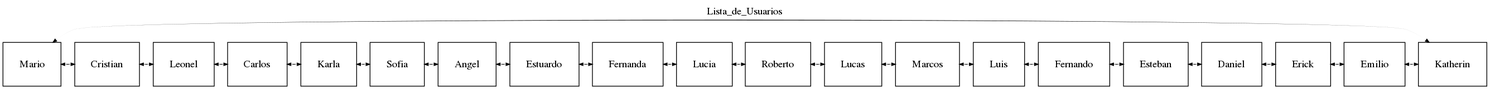
Before: user_list.png, a diagram exported from Graphviz (mariotun/EDD_1S2019_P1_201602942). Its source is kept beside it as user_list.dot.
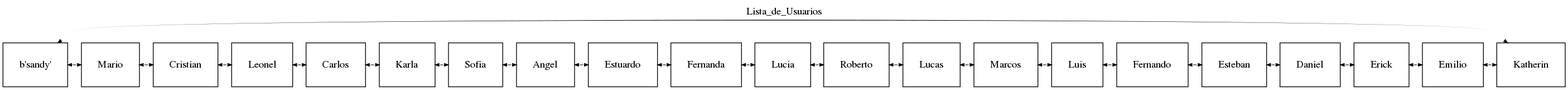
The same diagram one commit later.

Change to the diagram source:
```diff
@@ -3,26 +3,27 @@
  labelloc=t;
 node[margin=0.3 fontcolor=black shape=box];
 {rank=same;
- <Lista_Circular_doble.NodeLCD object at 0x7f71b76bceb8>[label="Mario"];
-<Lista_Circular_doble.NodeLCD object at 0x7f71b76bcef0>[label="Cristian"];
-<Lista_Circular_doble.NodeLCD object at 0x7f71b76bcf60>[label="Leonel"];
-<Lista_Circular_doble.NodeLCD object at 0x7f71b76bcfd0>[label="Carlos"];
-<Lista_Circular_doble.NodeLCD object at 0x7f71b76cb080>[label="Karla"];
-<Lista_Circular_doble.NodeLCD object at 0x7f71b76cb0f0>[label="Sofia"];
-<Lista_Circular_doble.NodeLCD object at 0x7f71b76cb160>[label="Angel"];
-<Lista_Circular_doble.NodeLCD object at 0x7f71b76cb1d0>[label="Estuardo"];
-<Lista_Circular_doble.NodeLCD object at 0x7f71b76cb208>[label="Fernanda"];
-<Lista_Circular_doble.NodeLCD object at 0x7f71b76cb240>[label="Lucia"];
-<Lista_Circular_doble.NodeLCD object at 0x7f71b76cb2e8>[label="Roberto"];
-<Lista_Circular_doble.NodeLCD object at 0x7f71b76cb320>[label="Lucas"];
-<Lista_Circular_doble.NodeLCD object at 0x7f71b76cb390>[label="Marcos"];
-<Lista_Circular_doble.NodeLCD object at 0x7f71b76cb400>[label="Luis"];
-<Lista_Circular_doble.NodeLCD object at 0x7f71b76cb470>[label="Fernando"];
-<Lista_Circular_doble.NodeLCD object at 0x7f71b76cb4e0>[label="Esteban"];
-<Lista_Circular_doble.NodeLCD object at 0x7f71b76cb518>[label="Daniel"];
-<Lista_Circular_doble.NodeLCD object at 0x7f71b76cb588>[label="Erick"];
-<Lista_Circular_doble.NodeLCD object at 0x7f71b76cb5f8>[label="Emilio"];
-<Lista_Circular_doble.NodeLCD object at 0x7f71b76cb668>[label="Katherin"];
-<Lista_Circular_doble.NodeLCD object at 0x7f71b76bceb8>-><Lista_Circular_doble.NodeLCD object at 0x7f71b76bcef0>-><Lista_Circular_doble.NodeLCD object at 0x7f71b76bcf60>-><Lista_Circular_doble.NodeLCD object at 0x7f71b76bcfd0>-><Lista_Circular_doble.NodeLCD object at 0x7f71b76cb080>-><Lista_Circular_doble.NodeLCD object at 0x7f71b76cb0f0>-><Lista_Circular_doble.NodeLCD object at 0x7f71b76cb160>-><Lista_Circular_doble.NodeLCD object at 0x7f71b76cb1d0>-><Lista_Circular_doble.NodeLCD object at 0x7f71b76cb208>-><Lista_Circular_doble.NodeLCD object at 0x7f71b76cb240>-><Lista_Circular_doble.NodeLCD object at 0x7f71b76cb2e8>-><Lista_Circular_doble.NodeLCD object at 0x7f71b76cb320>-><Lista_Circular_doble.NodeLCD object at 0x7f71b76cb390>-><Lista_Circular_doble.NodeLCD object at 0x7f71b76cb400>-><Lista_Circular_doble.NodeLCD object at 0x7f71b76cb470>-><Lista_Circular_doble.NodeLCD object at 0x7f71b76cb4e0>-><Lista_Circular_doble.NodeLCD object at 0x7f71b76cb518>-><Lista_Circular_doble.NodeLCD object at 0x7f71b76cb588>-><Lista_Circular_doble.NodeLCD object at 0x7f71b76cb5f8>-><Lista_Circular_doble.NodeLCD object at 0x7f71b76cb668>-><Lista_Circular_doble.NodeLCD object at 0x7f71b76bceb8>
+ <Lista_Circular_doble.NodeLCD object at 0x7fb0d9ca6c50>[label="b'sandy'"];
+<Lista_Circular_doble.NodeLCD object at 0x7fb0d9cb1160>[label="Mario"];
+<Lista_Circular_doble.NodeLCD object at 0x7fb0d9cb1198>[label="Cristian"];
+<Lista_Circular_doble.NodeLCD object at 0x7fb0d9cb1208>[label="Leonel"];
+<Lista_Circular_doble.NodeLCD object at 0x7fb0d9cb1278>[label="Carlos"];
+<Lista_Circular_doble.NodeLCD object at 0x7fb0d9cb12e8>[label="Karla"];
+<Lista_Circular_doble.NodeLCD object at 0x7fb0d9cb1358>[label="Sofia"];
+<Lista_Circular_doble.NodeLCD object at 0x7fb0d9cb13c8>[label="Angel"];
+<Lista_Circular_doble.NodeLCD object at 0x7fb0d9cb1438>[label="Estuardo"];
+<Lista_Circular_doble.NodeLCD object at 0x7fb0d9cb1470>[label="Fernanda"];
+<Lista_Circular_doble.NodeLCD object at 0x7fb0d9cb14a8>[label="Lucia"];
+<Lista_Circular_doble.NodeLCD object at 0x7fb0d9cb1550>[label="Roberto"];
+<Lista_Circular_doble.NodeLCD object at 0x7fb0d9cb1588>[label="Lucas"];
+<Lista_Circular_doble.NodeLCD object at 0x7fb0d9cb15f8>[label="Marcos"];
+<Lista_Circular_doble.NodeLCD object at 0x7fb0d9cb1668>[label="Luis"];
+<Lista_Circular_doble.NodeLCD object at 0x7fb0d9cb16d8>[label="Fernando"];
+<Lista_Circular_doble.NodeLCD object at 0x7fb0d9cb1748>[label="Esteban"];
+<Lista_Circular_doble.NodeLCD object at 0x7fb0d9cb1780>[label="Daniel"];
+<Lista_Circular_doble.NodeLCD object at 0x7fb0d9cb17f0>[label="Erick"];
+<Lista_Circular_doble.NodeLCD object at 0x7fb0d9cb1860>[label="Emilio"];
+<Lista_Circular_doble.NodeLCD object at 0x7fb0d9cb18d0>[label="Katherin"];
+<Lista_Circular_doble.NodeLCD object at 0x7fb0d9ca6c50>-><Lista_Circular_doble.NodeLCD object at 0x7fb0d9cb1160>-><Lista_Circular_doble.NodeLCD object at 0x7fb0d9cb1198>-><Lista_Circular_doble.NodeLCD object at 0x7fb0d9cb1208>-><Lista_Circular_doble.NodeLCD object at 0x7fb0d9cb1278>-><Lista_Circular_doble.NodeLCD object at 0x7fb0d9cb12e8>-><Lista_Circular_doble.NodeLCD object at 0x7fb0d9cb1358>-><Lista_Circular_doble.NodeLCD object at 0x7fb0d9cb13c8>-><Lista_Circular_doble.NodeLCD object at 0x7fb0d9cb1438>-><Lista_Circular_doble.NodeLCD object at 0x7fb0d9cb1470>-><Lista_Circular_doble.NodeLCD object at 0x7fb0d9cb14a8>-><Lista_Circular_doble.NodeLCD object at 0x7fb0d9cb1550>-><Lista_Circular_doble.NodeLCD object at 0x7fb0d9cb1588>-><Lista_Circular_doble.NodeLCD object at 0x7fb0d9cb15f8>-><Lista_Circular_doble.NodeLCD object at 0x7fb0d9cb1668>-><Lista_Circular_doble.NodeLCD object at 0x7fb0d9cb16d8>-><Lista_Circular_doble.NodeLCD object at 0x7fb0d9cb1748>-><Lista_Circular_doble.NodeLCD object at 0x7fb0d9cb1780>-><Lista_Circular_doble.NodeLCD object at 0x7fb0d9cb17f0>-><Lista_Circular_doble.NodeLCD object at 0x7fb0d9cb1860>-><Lista_Circular_doble.NodeLCD object at 0x7fb0d9cb18d0>-><Lista_Circular_doble.NodeLCD object at 0x7fb0d9ca6c50>
 [dir=both style=tapered arrowsize=0.5 penwidth=1 color=black];
 } }
```
